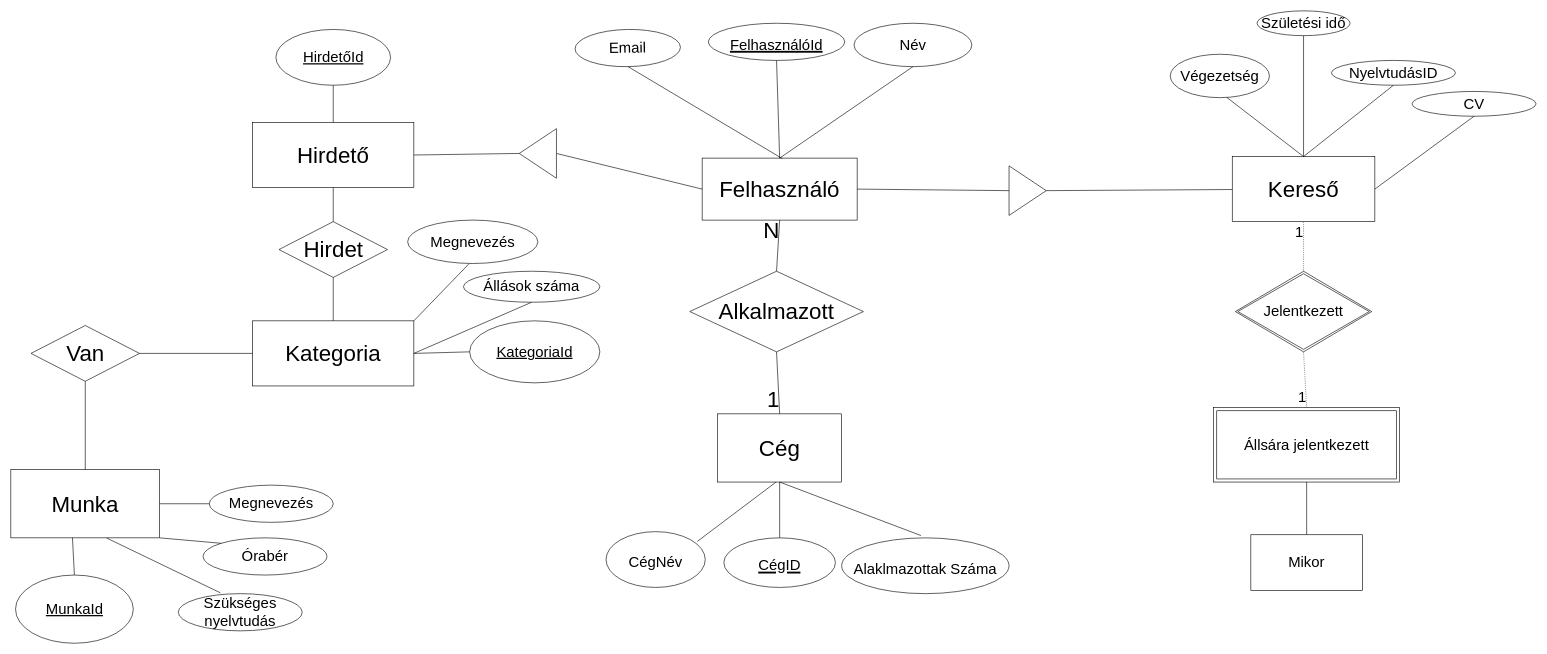
Before: Dokumentéció/EgyedKapcsolat.drawio in Rudnay07/AdatBazisAlpuRendszerek, a draw.io diagram. Source tidied: cells renumbered, new cells numbered last; positions are measured from the earlier drawing's top-left corner, leaving out a move shared by most shapes. Both pictures are drawn from the tidied source at 62%, with x=0, y=0 at pixel (11, 11).
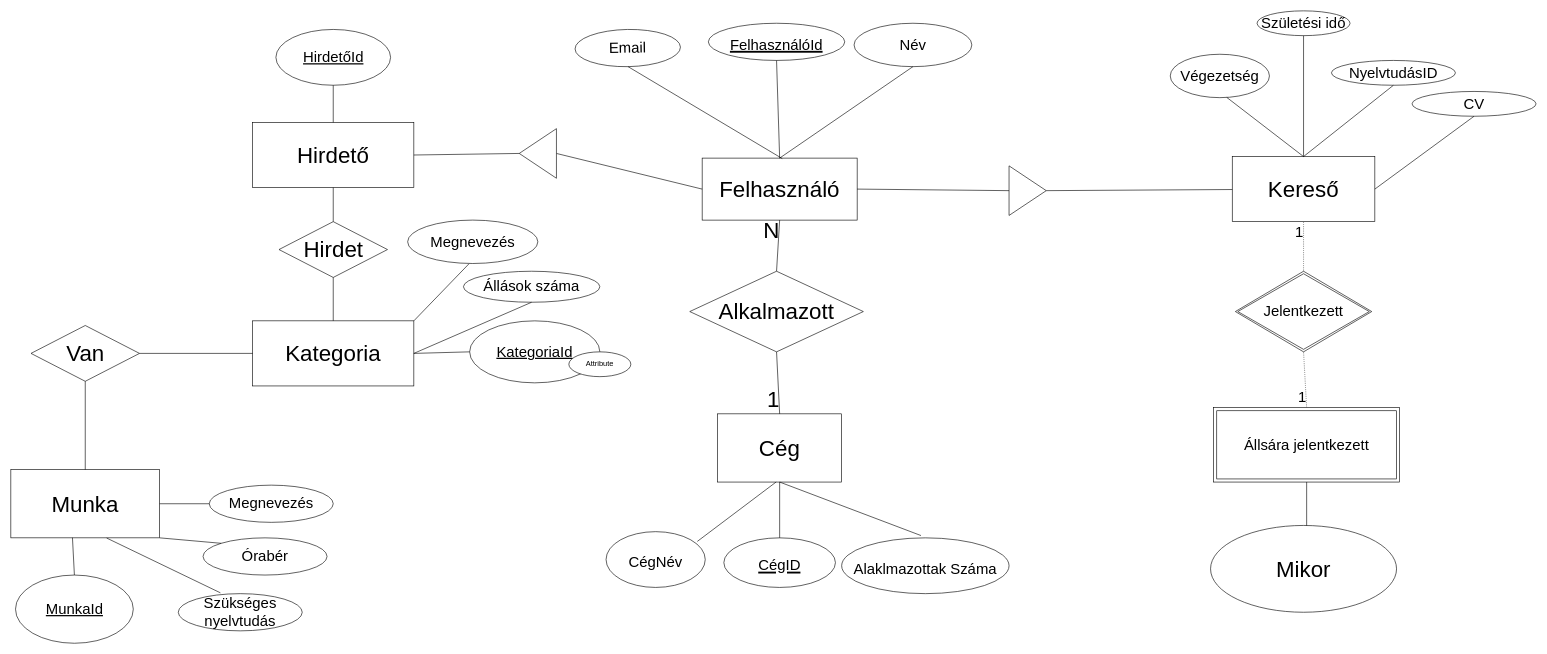
The same page after the edit.

Unchanged cells that the change refers to:
```xml
<mxCell id="62" value="Állsára jelentkezett" style="shape=ext;margin=3;double=1;whiteSpace=wrap;html=1;align=center;fontSize=24;" parent="1" vertex="1">
  <mxGeometry x="1940" y="640" width="300" height="120" as="geometry" />
</mxCell>
```

Change to the diagram source:
```diff
@@
+    <mxCell id="69" style="endArrow=none;html=1;rounded=0;fontSize=24;entryX=0.5;entryY=1;entryDx=0;entryDy=0;exitX=0.5;exitY=0;exitDx=0;exitDy=0;" parent="1" edge="1" target="62">
+      <mxGeometry relative="1" as="geometry">
+        <mxPoint x="2090" y="845" as="sourcePoint" />
+      </mxGeometry>
+    </mxCell>
+    <mxCell id="70" value="Attribute" style="ellipse;whiteSpace=wrap;html=1;align=center;" parent="1" vertex="1">
+      <mxGeometry x="900" y="550" width="100" height="40" as="geometry" />
+    </mxCell>
-    <mxCell id="68" value="Mikor" style="whiteSpace=wrap;html=1;align=center;fontSize=24;" parent="1" vertex="1">
-      <mxGeometry x="2000" y="845" width="180" height="90" as="geometry" />
+    <mxCell id="68" value="&lt;font style=&quot;font-size: 36px;&quot;&gt;Mikor&lt;/font&gt;" style="ellipse;whiteSpace=wrap;html=1;align=center;" parent="1" vertex="1">
+      <mxGeometry x="1935" y="830" width="300" height="140" as="geometry" />
     </mxCell>
-    <mxCell id="69" style="endArrow=none;html=1;rounded=0;fontSize=24;entryX=0.5;entryY=1;entryDx=0;entryDy=0;exitX=0.5;exitY=0;exitDx=0;exitDy=0;" parent="1" edge="1" source="68" target="62">
-      <mxGeometry relative="1" as="geometry" />
-    </mxCell>
```
